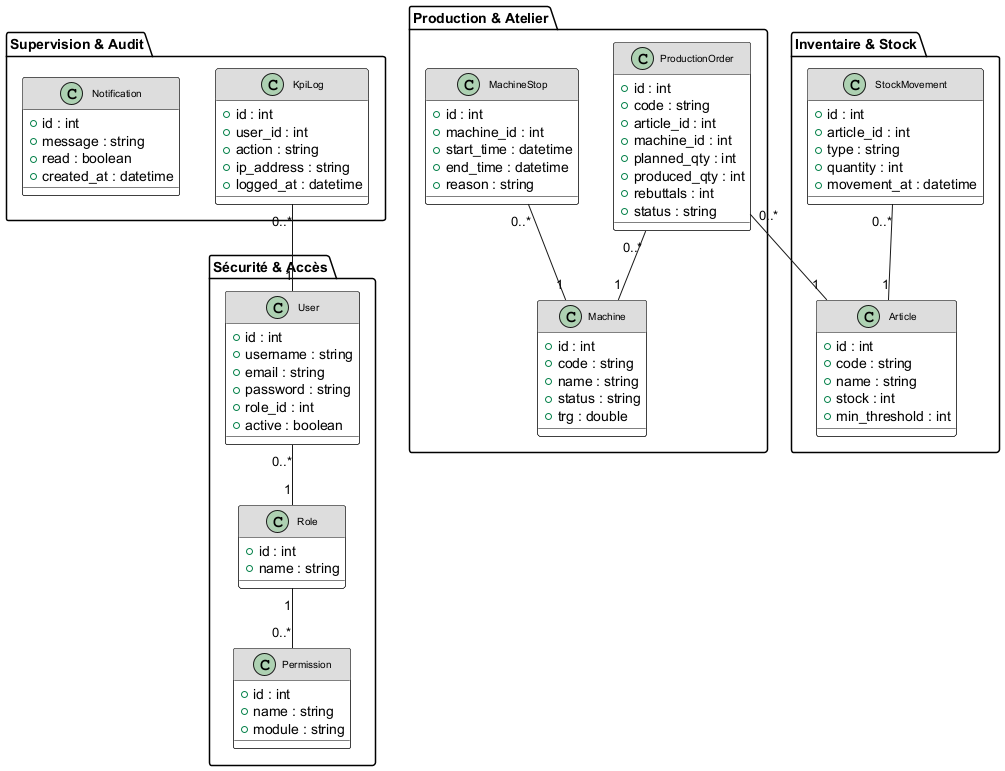
This is Rapport/diagrams/global_classes.png from ayoubmek/PFE_data_science, a PlantUML export, as it was before one commit. Source of this version:
```plantuml
@startuml global_classes
skinparam class {
    BackgroundColor White
    BorderColor Black
    FontColor Black
    FontName Arial
    FontSize 10
    HeaderBackgroundColor #DDDDDD
    HeaderFontStyle bold
}
skinparam package {
    BackgroundColor White
    BorderColor Black
    FontStyle bold
}

package "Sécurité & Accès" {
    class User {
        +id : int
        +username : string
        +email : string
        +password : string
        +role_id : int
        +active : boolean
    }
    class Role {
        +id : int
        +name : string
    }
    class Permission {
        +id : int
        +name : string
        +module : string
    }
}

package "Production & Atelier" {
    class Machine {
        +id : int
        +code : string
        +name : string
        +status : string
        +trg : double
    }
    class MachineStop {
        +id : int
        +machine_id : int
        +start_time : datetime
        +end_time : datetime
        +reason : string
    }
    class ProductionOrder {
        +id : int
        +code : string
        +article_id : int
        +machine_id : int
        +planned_qty : int
        +produced_qty : int
        +rebuttals : int
        +status : string
    }
}

package "Inventaire & Stock" {
    class Article {
        +id : int
        +code : string
        +name : string
        +stock : int
        +min_threshold : int
    }
    class StockMovement {
        +id : int
        +article_id : int
        +type : string
        +quantity : int
        +movement_at : datetime
    }
}

package "Supervision & Audit" {
    class KpiLog {
        +id : int
        +user_id : int
        +action : string
        +ip_address : string
        +logged_at : datetime
    }
    class Notification {
        +id : int
        +message : string
        +read : boolean
        +created_at : datetime
    }
}

User "0..*" -- "1" Role
Role "1" -- "0..*" Permission
ProductionOrder "0..*" -- "1" Machine
ProductionOrder "0..*" -- "1" Article
MachineStop "0..*" -- "1" Machine
StockMovement "0..*" -- "1" Article
KpiLog "0..*" -- "1" User
@enduml
```
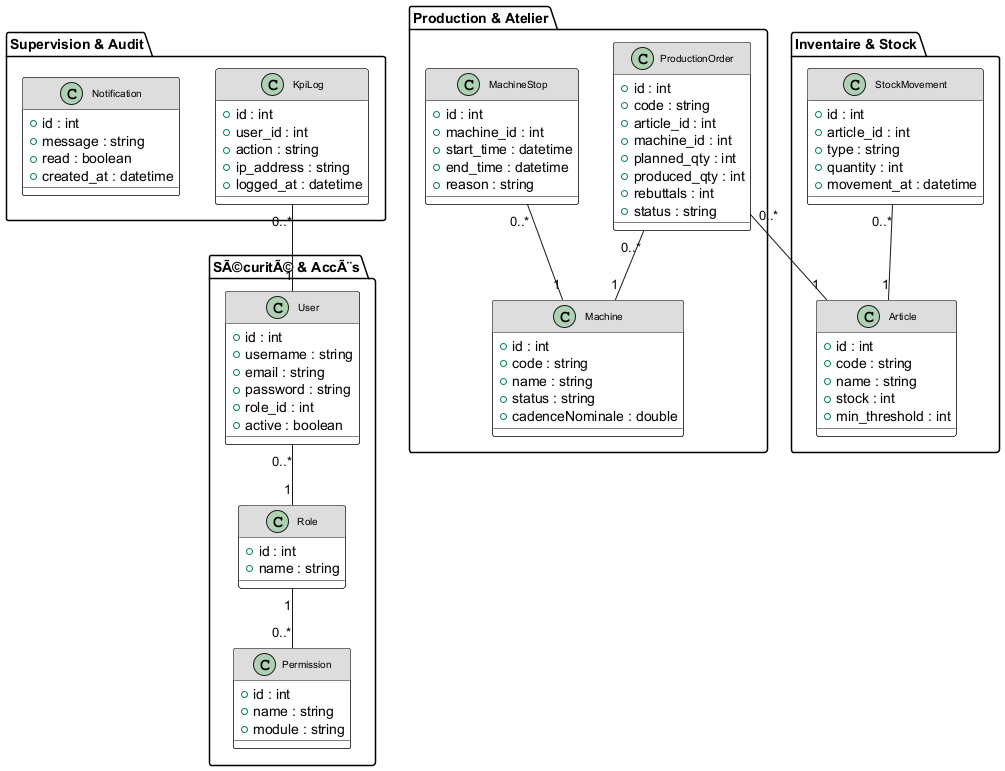
Above is the later version.

Diff of the diagram source:
```diff
@@ -14,7 +14,7 @@
     FontStyle bold
 }
 
-package "Sécurité & Accès" {
+package "SÃ©curitÃ© & AccÃ¨s" {
     class User {
         +id : int
         +username : string
@@ -40,7 +40,7 @@
         +code : string
         +name : string
         +status : string
-        +trg : double
+        +cadenceNominale : double
     }
     class MachineStop {
         +id : int
```
